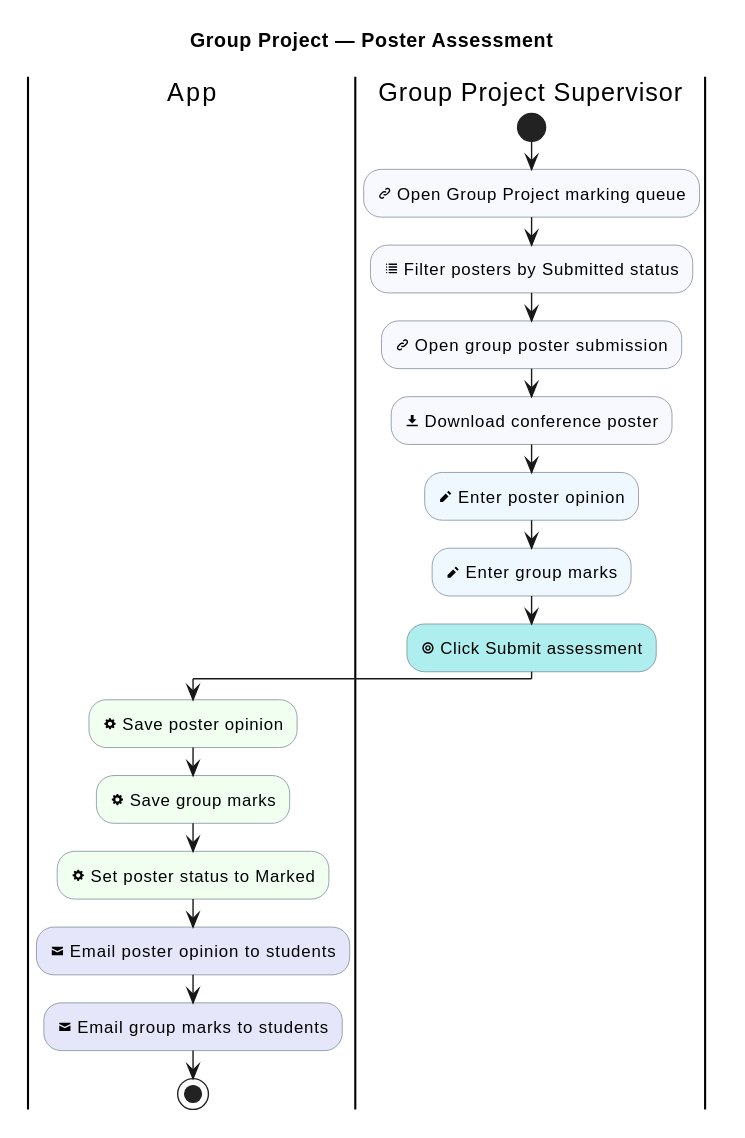
Before: industrial-placement-group-project/diagrams/group-project/poster-assessment.svg, a diagram exported from PlantUML (sdflkjssl/sdflkjssl.github.io).
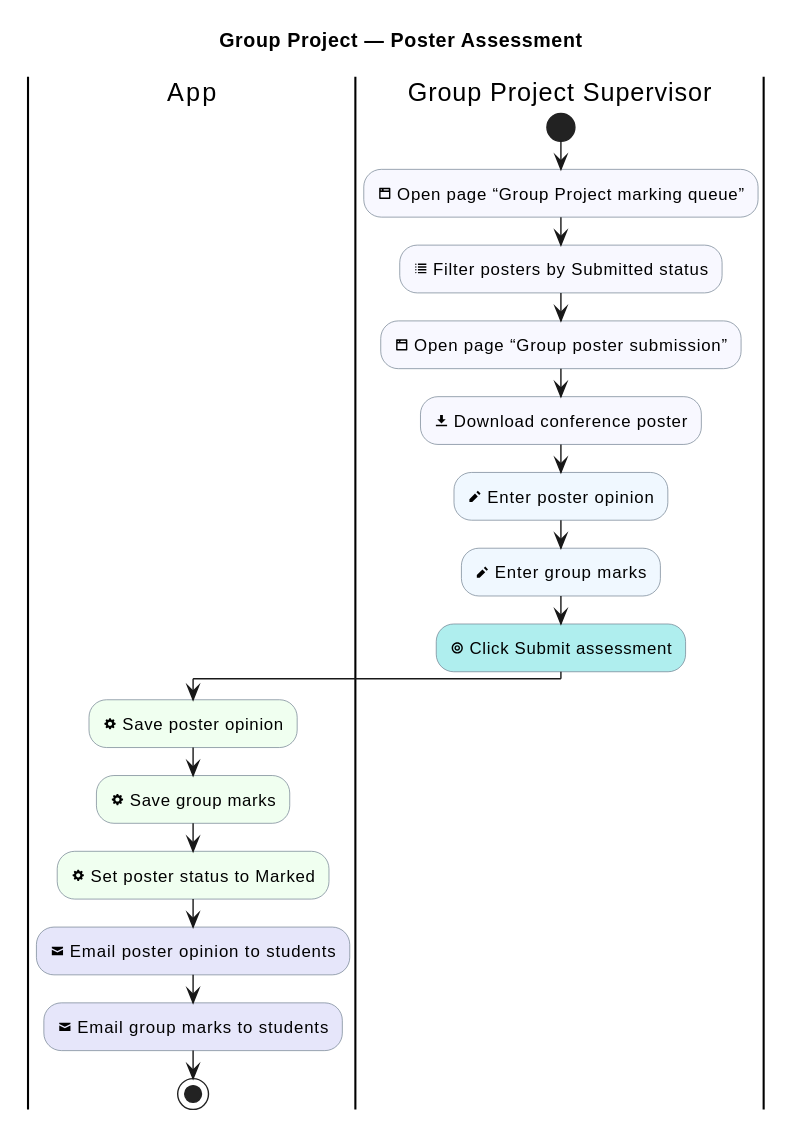
After the change.

The edit, as a diff of the source:
```diff
@@ -12,9 +12,9 @@
 
 |Group Project Supervisor|
 start
-:<&link-intact> Open Group Project marking queue; <<#GhostWhite>>
+:<&browser> Open page “Group Project marking queue”; <<#GhostWhite>>
 :<&list> Filter posters by Submitted status; <<#GhostWhite>>
-:<&link-intact> Open group poster submission; <<#GhostWhite>>
+:<&browser> Open page “Group poster submission”; <<#GhostWhite>>
 :<&data-transfer-download> Download conference poster; <<#GhostWhite>>
 :<&pencil> Enter poster opinion; <<#AliceBlue>>
 :<&pencil> Enter group marks; <<#AliceBlue>>
```
